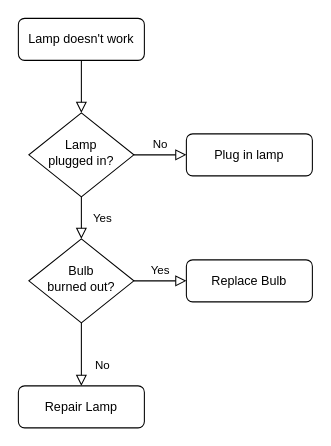
This is Diagrama sem nome.drawio from gbri-dev/FiltroDocumentos, a draw.io file, before an edit. Source tidied: cells renumbered, new cells numbered last; positions are measured from the earlier drawing's top-left corner, leaving out a move shared by most shapes. Both pictures are drawn from the tidied source at 105%, with x=0, y=0 at pixel (18, 18).
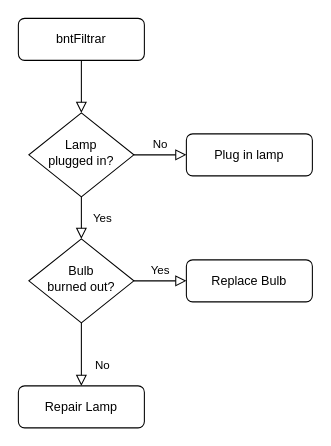
Above is the later version.

What changed in the source:
```diff
@@
 <mxGraphModel>
   <root>
     <mxCell id="0" />
     <mxCell id="1" parent="0" />
     <mxCell id="2" style="rounded=0;html=1;jettySize=auto;fontSize=11;endArrow=block;endFill=0;endSize=8;strokeWidth=1;shadow=0;labelBackgroundColor=none;edgeStyle=orthogonalEdgeStyle;" parent="1" edge="1" source="3" target="6">
       <mxGeometry relative="1" as="geometry" />
     </mxCell>
-    <mxCell id="3" value="Lamp doesn't work" style="rounded=1;whiteSpace=wrap;html=1;fontSize=12;glass=0;strokeWidth=1;shadow=0;" parent="1" vertex="1">
+    <mxCell id="3" value="bntFiltrar" style="rounded=1;whiteSpace=wrap;html=1;fontSize=12;glass=0;strokeWidth=1;shadow=0;" parent="1" vertex="1">
       <mxGeometry width="120" height="40" as="geometry" />
     </mxCell>
     <mxCell id="4" value="Yes" style="rounded=0;html=1;jettySize=auto;fontSize=11;endArrow=block;endFill=0;endSize=8;strokeWidth=1;shadow=0;labelBackgroundColor=none;edgeStyle=orthogonalEdgeStyle;" parent="1" edge="1" source="6" target="10">
       <mxGeometry y="20" relative="1" as="geometry" />
     </mxCell>
     <mxCell id="5" value="No" style="edgeStyle=orthogonalEdgeStyle;rounded=0;html=1;jettySize=auto;fontSize=11;endArrow=block;endFill=0;endSize=8;strokeWidth=1;shadow=0;labelBackgroundColor=none;" parent="1" edge="1" source="6" target="7">
       <mxGeometry y="10" relative="1" as="geometry" />
     </mxCell>
     <mxCell id="6" value="Lamp&lt;br&gt;plugged in?" style="rhombus;whiteSpace=wrap;html=1;shadow=0;fontFamily=Helvetica;fontSize=12;align=center;strokeWidth=1;spacing=6;spacingTop=-4;" parent="1" vertex="1">
       <mxGeometry x="10" y="90" width="100" height="80" as="geometry" />
     </mxCell>
     <mxCell id="7" value="Plug in lamp" style="rounded=1;whiteSpace=wrap;html=1;fontSize=12;glass=0;strokeWidth=1;shadow=0;" parent="1" vertex="1">
       <mxGeometry x="160" y="110" width="120" height="40" as="geometry" />
     </mxCell>
     <mxCell id="8" value="No" style="rounded=0;html=1;jettySize=auto;fontSize=11;endArrow=block;endFill=0;endSize=8;strokeWidth=1;shadow=0;labelBackgroundColor=none;edgeStyle=orthogonalEdgeStyle;" parent="1" edge="1" source="10" target="11">
       <mxGeometry x="0.33" y="20" relative="1" as="geometry" />
     </mxCell>
     <mxCell id="9" value="Yes" style="edgeStyle=orthogonalEdgeStyle;rounded=0;html=1;jettySize=auto;fontSize=11;endArrow=block;endFill=0;endSize=8;strokeWidth=1;shadow=0;labelBackgroundColor=none;" parent="1" edge="1" source="10" target="12">
       <mxGeometry y="10" relative="1" as="geometry" />
     </mxCell>
     <mxCell id="10" value="Bulb&lt;br&gt;burned out?" style="rhombus;whiteSpace=wrap;html=1;shadow=0;fontFamily=Helvetica;fontSize=12;align=center;strokeWidth=1;spacing=6;spacingTop=-4;" parent="1" vertex="1">
       <mxGeometry x="10" y="210" width="100" height="80" as="geometry" />
     </mxCell>
     <mxCell id="11" value="Repair Lamp" style="rounded=1;whiteSpace=wrap;html=1;fontSize=12;glass=0;strokeWidth=1;shadow=0;" parent="1" vertex="1">
       <mxGeometry y="350" width="120" height="40" as="geometry" />
     </mxCell>
     <mxCell id="12" value="Replace Bulb" style="rounded=1;whiteSpace=wrap;html=1;fontSize=12;glass=0;strokeWidth=1;shadow=0;" parent="1" vertex="1">
       <mxGeometry x="160" y="230" width="120" height="40" as="geometry" />
     </mxCell>
   </root>
 </mxGraphModel>
```
